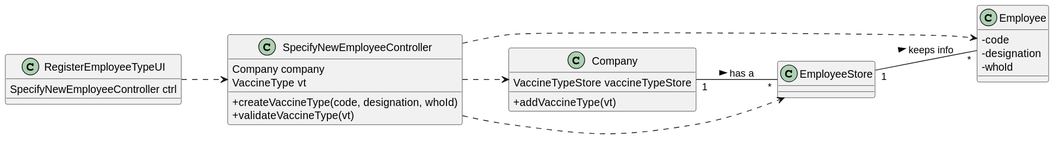
Earlier version of the PlantUML export docs/SprintB/US/US10/US010_CD.svg (PedroMesquita1211171/VaccinationManager). Its diagram source:
```plantuml
@startuml
skinparam classAttributeIconSize 0
left to right direction

class RegisterEmployeeTypeUI{
SpecifyNewEmployeeController ctrl
}

class SpecifyNewEmployeeController{
Company company
VaccineType vt
+createVaccineType(code, designation, whoId)
+validateVaccineType(vt)
}

class Employee{
 - code
 - designation
 - whoId
}

class Company{
VaccineTypeStore vaccineTypeStore
+addVaccineType(vt)
}

class EmployeeStore{}

RegisterEmployeeTypeUI ..> SpecifyNewEmployeeController
Company "1"--"*" EmployeeStore : has a >
EmployeeStore "1"--"*"Employee : keeps info >
SpecifyNewEmployeeController ..> Company
SpecifyNewEmployeeController ..> EmployeeStore
SpecifyNewEmployeeController ..> Employee



@enduml
```
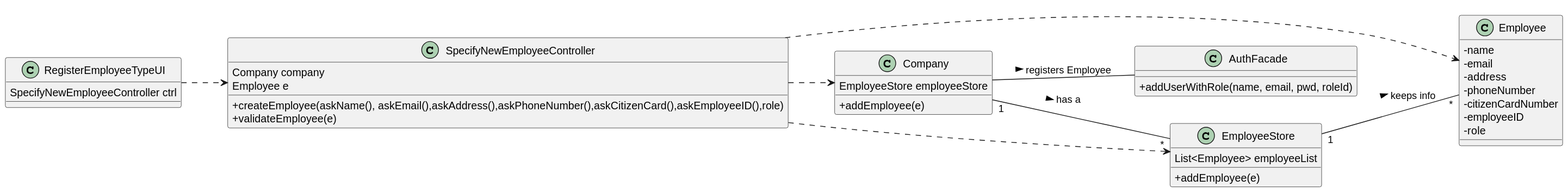
After the change.

Diff of the diagram source:
```diff
@@ -8,23 +8,34 @@
 
 class SpecifyNewEmployeeController{
 Company company
-VaccineType vt
-+createVaccineType(code, designation, whoId)
-+validateVaccineType(vt)
+Employee e
++createEmployee(askName(), askEmail(),askAddress(),askPhoneNumber(),askCitizenCard(),askEmployeeID(),role)
++validateEmployee(e)
 }
 
 class Employee{
- - code
- - designation
- - whoId
+ - name
+ - email
+ - address
+ - phoneNumber
+ - citizenCardNumber
+ - employeeID
+ - role
 }
 
 class Company{
-VaccineTypeStore vaccineTypeStore
-+addVaccineType(vt)
+EmployeeStore employeeStore
++addEmployee(e)
 }
 
-class EmployeeStore{}
+class EmployeeStore{
+List<Employee> employeeList
++addEmployee(e)
+}
+
+class AuthFacade{
++addUserWithRole(name, email, pwd, roleId)
+}
 
 RegisterEmployeeTypeUI ..> SpecifyNewEmployeeController
 Company "1"--"*" EmployeeStore : has a >
@@ -32,6 +43,7 @@
 SpecifyNewEmployeeController ..> Company
 SpecifyNewEmployeeController ..> EmployeeStore
 SpecifyNewEmployeeController ..> Employee
+Company -- AuthFacade : registers Employee >
 
 
 
```
